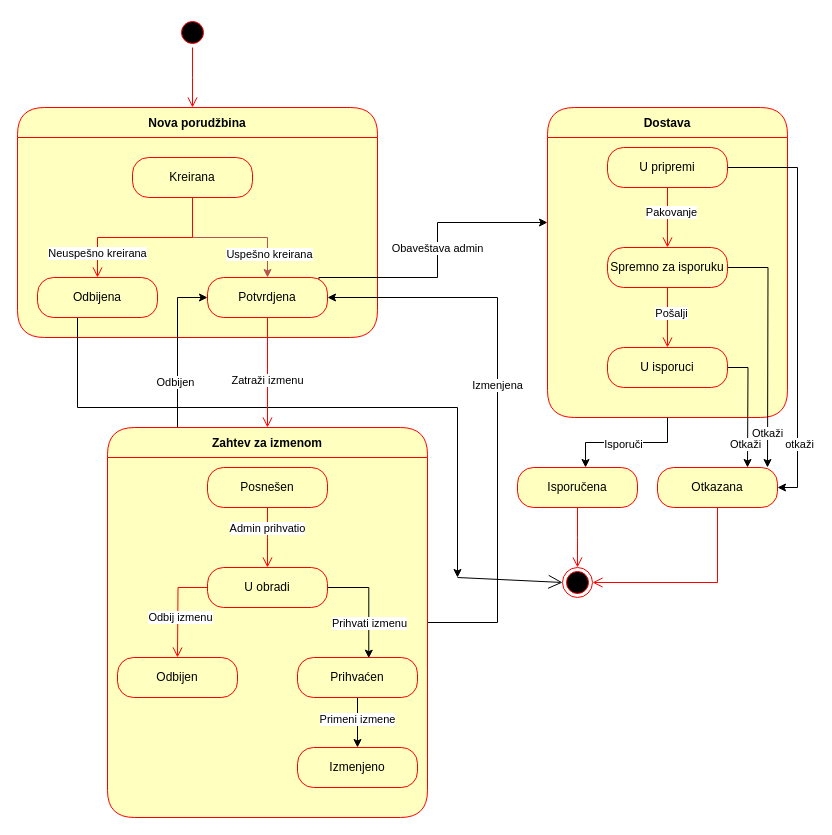
Above: Dijagrami/UML dijagrami/Dijagram Stanja.drawio in TheTheophan/Od-njive-do-stola (draw.io), before the change. Source tidied: cells renumbered, new cells numbered last; positions are measured from the earlier drawing's top-left corner, leaving out a move shared by most shapes. Both pictures are drawn from the tidied source at 100%, with x=0, y=0 at pixel (17, 17).
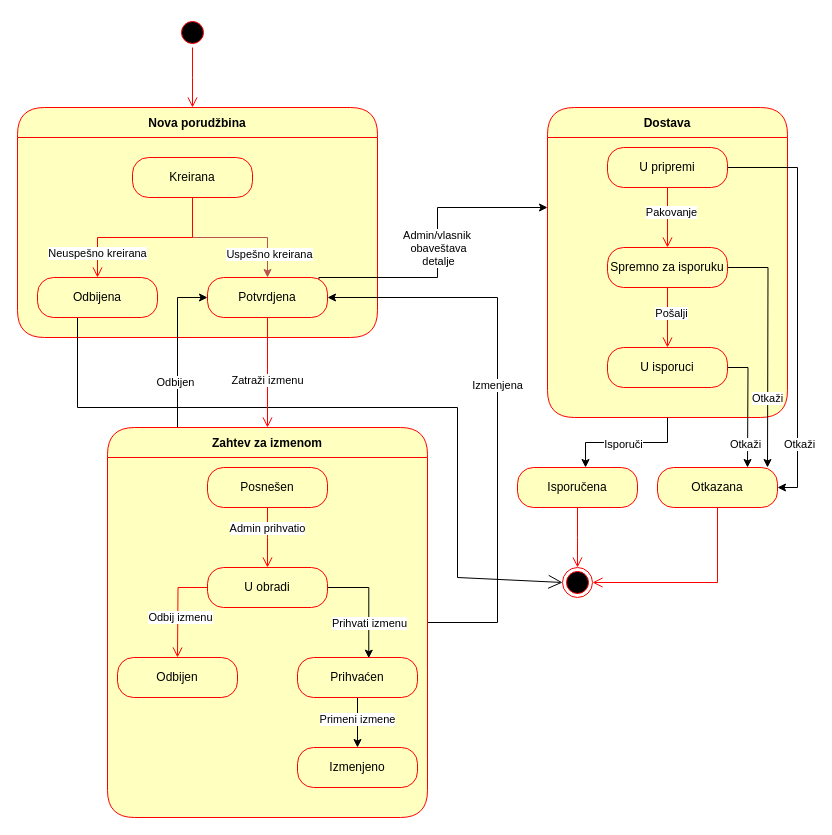
Above is the later version.

Unchanged cells that the change refers to:
```xml
<mxCell id="14" value="Potvrdjena" style="rounded=1;whiteSpace=wrap;html=1;arcSize=40;fontColor=#000000;fillColor=#ffffc0;strokeColor=#ff0000;" parent="1" vertex="1">
  <mxGeometry x="190" y="260" width="120" height="40" as="geometry" />
</mxCell>
<mxCell id="36" style="edgeStyle=elbowEdgeStyle;rounded=0;jettySize=auto;html=1;" parent="1" edge="1" source="38">
  <mxGeometry relative="1" as="geometry">
    <mxPoint x="760" y="470" as="targetPoint" />
    <Array as="points">
      <mxPoint x="780" y="310" />
    </Array>
  </mxGeometry>
</mxCell>
<mxCell id="41" style="edgeStyle=orthogonalEdgeStyle;rounded=0;jettySize=auto;html=1;" parent="1" edge="1" source="43">
  <mxGeometry relative="1" as="geometry">
    <mxPoint x="750" y="450" as="targetPoint" />
  </mxGeometry>
</mxCell>
```

What changed in the source:
```diff
@@
-    <mxCell id="10" style="edgeStyle=elbowEdgeStyle;rounded=0;orthogonalLoop=1;jettySize=auto;html=1;elbow=vertical;" parent="1" edge="1">
+    <mxCell id="10" style="edgeStyle=elbowEdgeStyle;rounded=0;orthogonalLoop=1;jettySize=auto;html=1;elbow=vertical;endArrow=none;endFill=0;" parent="1" edge="1">
       <mxGeometry relative="1" as="geometry">
         <mxPoint x="60" y="300" as="sourcePoint" />
         <mxPoint x="440" y="560" as="targetPoint" />
         <Array as="points">
           <mxPoint x="250" y="390" />
         </Array>
       </mxGeometry>
     </mxCell>
@@
     <mxCell id="12" style="edgeStyle=orthogonalEdgeStyle;rounded=0;jettySize=auto;html=1;exitX=0.928;exitY=0.167;exitDx=0;exitDy=0;exitPerimeter=0;" parent="1" edge="1" source="14">
       <mxGeometry relative="1" as="geometry">
-        <mxPoint x="530" y="205" as="targetPoint" />
+        <mxPoint x="530" y="190" as="targetPoint" />
         <Array as="points">
           <mxPoint x="301" y="260" />
           <mxPoint x="420" y="260" />
-          <mxPoint x="420" y="205" />
+          <mxPoint x="420" y="190" />
+          <mxPoint x="530" y="190" />
         </Array>
       </mxGeometry>
     </mxCell>
-    <mxCell id="13" value="Obaveštava admin" style="edgeLabel;html=1;align=center;verticalAlign=middle;" parent="12" vertex="1">
+    <mxCell id="13" value="Admin/vlasnik&amp;nbsp;&lt;div&gt;obaveštava&lt;/div&gt;&lt;div&gt;detalje&lt;/div&gt;" style="edgeLabel;html=1;align=center;verticalAlign=middle;" parent="12" vertex="1">
       <mxGeometry x="-0.18" y="2" relative="1" as="geometry">
-        <mxPoint x="6" y="-28" as="offset" />
+        <mxPoint x="2" y="-30" as="offset" />
       </mxGeometry>
     </mxCell>
@@
-    <mxCell id="37" value="otkaži" style="edgeLabel;html=1;align=center;verticalAlign=middle;" parent="36" vertex="1">
+    <mxCell id="37" value="Otkaži" style="edgeLabel;html=1;align=center;verticalAlign=middle;" parent="36" vertex="1">
       <mxGeometry x="0.69" y="1" relative="1" as="geometry" />
     </mxCell>
@@
     <mxCell id="42" value="Otkaži" style="edgeLabel;html=1;align=center;verticalAlign=middle;" parent="41" vertex="1">
-      <mxGeometry x="0.71" y="-1" relative="1" as="geometry" />
+      <mxGeometry x="0.71" y="-1" relative="1" as="geometry">
+        <mxPoint y="-35" as="offset" />
+      </mxGeometry>
     </mxCell>
```
